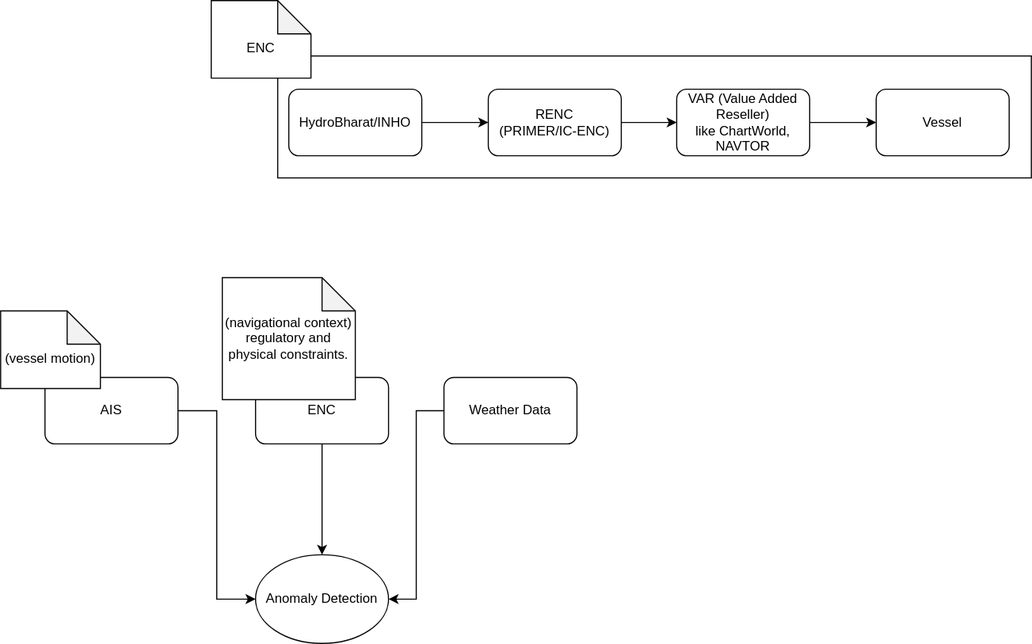
Above: docs/architecture.drawio.svg in mohammed1916/marine-anomaly (draw.io), before the change. Source tidied: cells renumbered, new cells last; positions are measured from the earlier drawing's top-left corner, leaving out a move shared by most shapes.
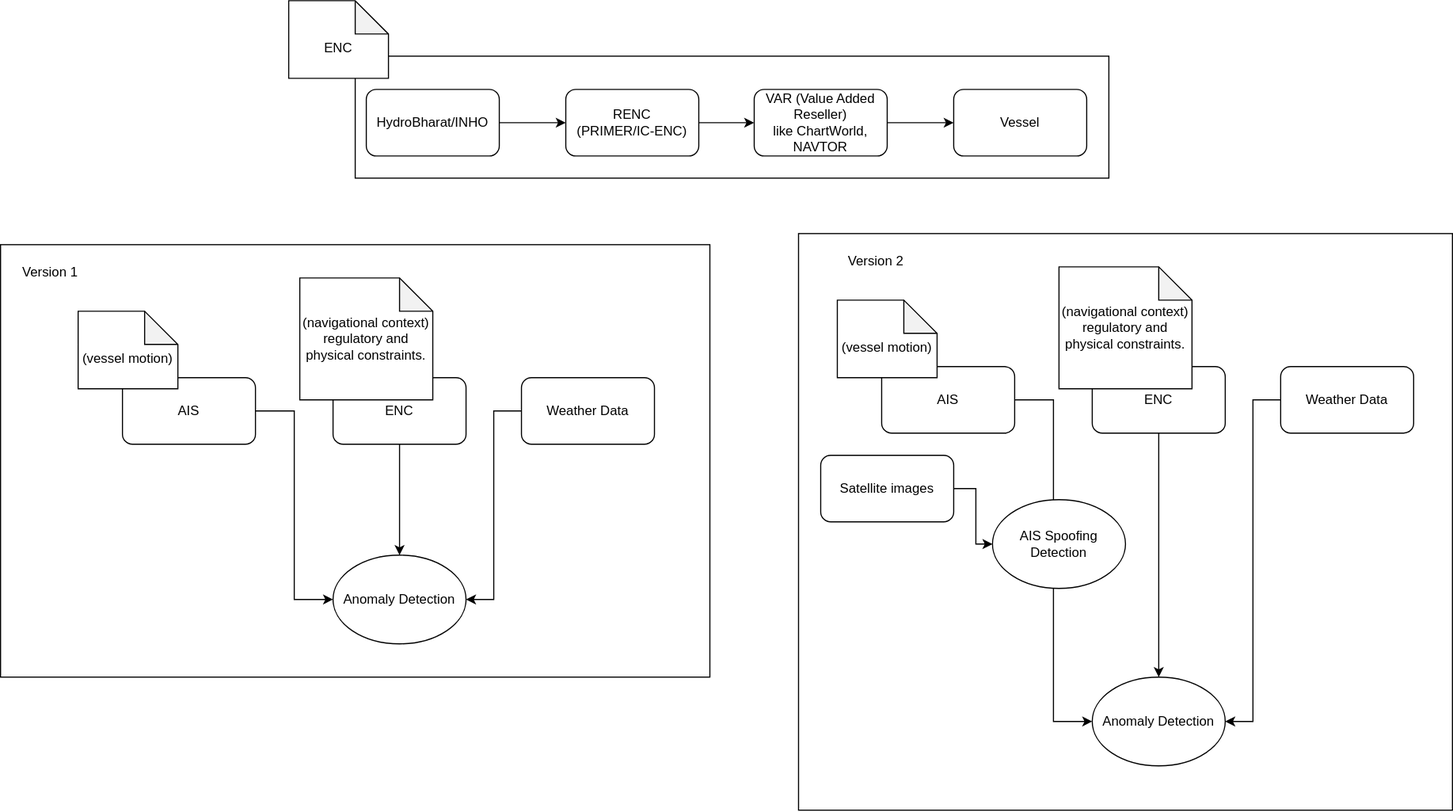
After the commit.

Commit message:
Add Ais Spoofing info in architecture.drawio.svg

What changed in the source:
```diff
@@ -2,6 +2,12 @@
   <root>
     <mxCell id="0" />
     <mxCell id="1" parent="0" />
+    <mxCell id="20" style="rounded=0;whiteSpace=wrap;html=1;" parent="1" vertex="1">
+      <mxGeometry x="650" y="210" width="590" height="520" as="geometry" />
+    </mxCell>
+    <mxCell id="21" style="rounded=0;whiteSpace=wrap;html=1;" parent="1" vertex="1">
+      <mxGeometry x="-70" y="220" width="640" height="390" as="geometry" />
+    </mxCell>
     <mxCell id="2" style="rounded=0;whiteSpace=wrap;html=1;" parent="1" vertex="1">
       <mxGeometry x="250" y="50" width="680" height="110" as="geometry" />
     </mxCell>
@@ -56,5 +62,47 @@
     <mxCell id="19" value="&lt;div&gt;&lt;br&gt;&lt;/div&gt;&lt;div&gt;ENC&lt;/div&gt;" style="shape=note;whiteSpace=wrap;html=1;backgroundOutline=1;darkOpacity=0.05;" parent="1" vertex="1">
       <mxGeometry x="190" width="90" height="70" as="geometry" />
     </mxCell>
+    <mxCell id="22" style="edgeStyle=orthogonalEdgeStyle;rounded=0;jettySize=auto;html=1;entryX=0.5;entryY=0;entryDx=0;entryDy=0;" parent="1" edge="1" source="23" target="30">
+      <mxGeometry relative="1" as="geometry" />
+    </mxCell>
+    <mxCell id="23" value="ENC" style="rounded=1;whiteSpace=wrap;html=1;" parent="1" vertex="1">
+      <mxGeometry x="915" y="330" width="120" height="60" as="geometry" />
+    </mxCell>
+    <mxCell id="24" style="edgeStyle=orthogonalEdgeStyle;rounded=0;jettySize=auto;html=1;entryX=0;entryY=0.5;entryDx=0;entryDy=0;" parent="1" edge="1" source="25" target="30">
+      <mxGeometry relative="1" as="geometry" />
+    </mxCell>
+    <mxCell id="25" value="AIS" style="rounded=1;whiteSpace=wrap;html=1;" parent="1" vertex="1">
+      <mxGeometry x="725" y="330" width="120" height="60" as="geometry" />
+    </mxCell>
+    <mxCell id="26" value="&lt;div&gt;&lt;br&gt;&lt;/div&gt;&lt;div&gt;(vessel motion)&lt;/div&gt;" style="shape=note;whiteSpace=wrap;html=1;backgroundOutline=1;darkOpacity=0.05;" parent="1" vertex="1">
+      <mxGeometry x="685" y="270" width="90" height="70" as="geometry" />
+    </mxCell>
+    <mxCell id="27" value="(navigational context)&lt;div&gt;regulatory and physical constraints.&lt;/div&gt;" style="shape=note;whiteSpace=wrap;html=1;backgroundOutline=1;darkOpacity=0.05;" parent="1" vertex="1">
+      <mxGeometry x="885" y="240" width="120" height="110" as="geometry" />
+    </mxCell>
+    <mxCell id="28" style="edgeStyle=orthogonalEdgeStyle;rounded=0;jettySize=auto;html=1;entryX=1;entryY=0.5;entryDx=0;entryDy=0;" parent="1" edge="1" source="29" target="30">
+      <mxGeometry relative="1" as="geometry" />
+    </mxCell>
+    <mxCell id="29" value="Weather Data" style="rounded=1;whiteSpace=wrap;html=1;" parent="1" vertex="1">
+      <mxGeometry x="1085" y="330" width="120" height="60" as="geometry" />
+    </mxCell>
+    <mxCell id="30" value="Anomaly Detection" style="ellipse;whiteSpace=wrap;html=1;" parent="1" vertex="1">
+      <mxGeometry x="915" y="610" width="120" height="80" as="geometry" />
+    </mxCell>
+    <mxCell id="31" value="Version 1" style="text;html=1;whiteSpace=wrap;strokeColor=none;fillColor=none;align=center;verticalAlign=middle;rounded=0;" parent="1" vertex="1">
+      <mxGeometry x="-60" y="230" width="70" height="30" as="geometry" />
+    </mxCell>
+    <mxCell id="32" value="Version 2" style="text;html=1;whiteSpace=wrap;strokeColor=none;fillColor=none;align=center;verticalAlign=middle;rounded=0;" parent="1" vertex="1">
+      <mxGeometry x="685" y="220" width="70" height="30" as="geometry" />
+    </mxCell>
+    <mxCell id="33" value="AIS Spoofing Detection" style="ellipse;whiteSpace=wrap;html=1;" parent="1" vertex="1">
+      <mxGeometry x="825" y="450" width="120" height="80" as="geometry" />
+    </mxCell>
+    <mxCell id="34" style="edgeStyle=orthogonalEdgeStyle;rounded=0;jettySize=auto;html=1;" parent="1" edge="1" source="35" target="33">
+      <mxGeometry relative="1" as="geometry" />
+    </mxCell>
+    <mxCell id="35" value="Satellite images" style="rounded=1;whiteSpace=wrap;html=1;" parent="1" vertex="1">
+      <mxGeometry x="670" y="410" width="120" height="60" as="geometry" />
+    </mxCell>
   </root>
 </mxGraphModel>
```
